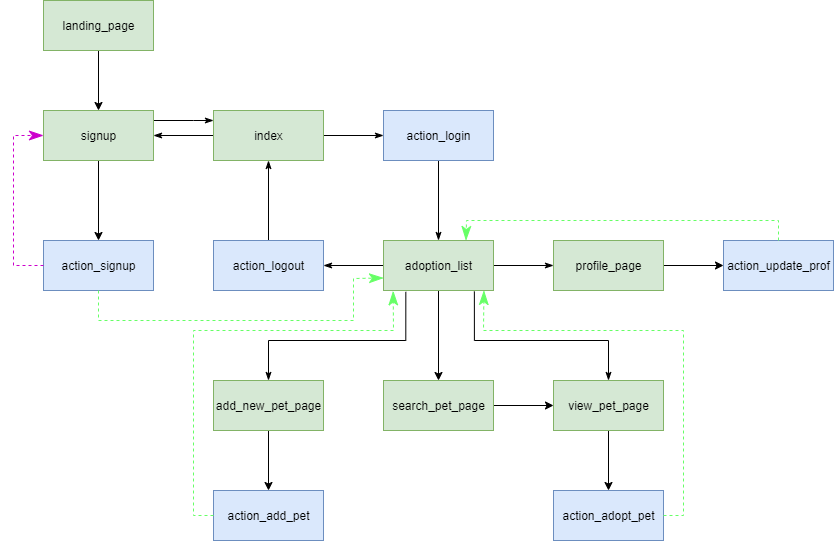
Earlier version of the draw.io export docs/navigation.png (edurbrito/php-life-buddies). Source tidied: cells renumbered, new cells last; positions are measured from the earlier drawing's top-left corner, leaving out a move shared by most shapes.
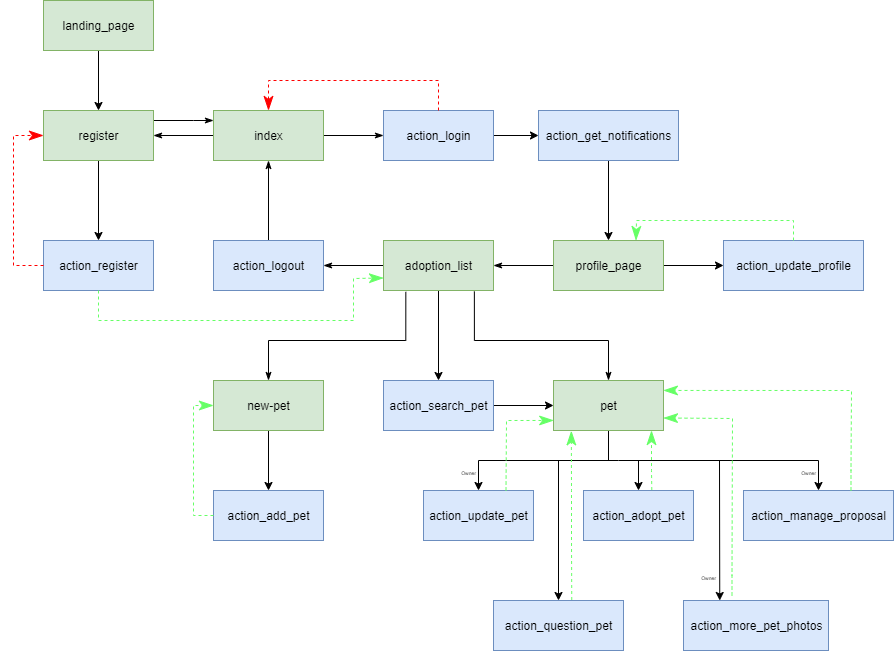
Above is the later version.

Commit message:
Start Contact Us page and add navigation diagram png

Diff of the diagram source:
```diff
@@ -13,13 +13,13 @@
         </Array>
       </mxGeometry>
     </mxCell>
-    <mxCell id="4" value="signup" style="html=1;fillColor=#d5e8d4;strokeColor=#82b366;" parent="1" vertex="1">
+    <mxCell id="4" value="register" style="html=1;fillColor=#d5e8d4;strokeColor=#82b366;" parent="1" vertex="1">
       <mxGeometry x="30" y="110" width="110" height="50" as="geometry" />
     </mxCell>
-    <mxCell id="5" value="action_signup" style="html=1;fillColor=#dae8fc;strokeColor=#6c8ebf;" parent="1" vertex="1">
+    <mxCell id="5" value="action_register" style="html=1;fillColor=#dae8fc;strokeColor=#6c8ebf;" parent="1" vertex="1">
       <mxGeometry x="30" y="240" width="110" height="50" as="geometry" />
     </mxCell>
-    <mxCell id="6" style="endArrow=classicThin;dashed=1;endFill=1;endSize=12;html=1;exitX=0;exitY=0.5;exitDx=0;exitDy=0;rounded=0;entryX=0;entryY=0.5;entryDx=0;entryDy=0;fillColor=none;strokeColor=#CC00CC;" parent="1" edge="1" source="5" target="4">
+    <mxCell id="6" style="endArrow=classicThin;dashed=1;endFill=1;endSize=12;html=1;exitX=0;exitY=0.5;exitDx=0;exitDy=0;rounded=0;entryX=0;entryY=0.5;entryDx=0;entryDy=0;fillColor=none;strokeColor=#FF0000;" parent="1" edge="1" source="5" target="4">
       <mxGeometry relative="1" as="geometry">
         <Array as="points">
           <mxPoint y="265" />
@@ -48,9 +48,9 @@
     <mxCell id="11" value="action_logout" style="html=1;fillColor=#dae8fc;strokeColor=#6c8ebf;" parent="1" vertex="1">
       <mxGeometry x="200" y="240" width="110" height="50" as="geometry" />
     </mxCell>
-    <mxCell id="12" style="edgeStyle=orthogonalEdgeStyle;rounded=0;jettySize=auto;html=1;endArrow=classicThin;endFill=1;strokeColor=#000000;" parent="1" edge="1" source="13" target="19">
-      <mxGeometry relative="1" as="geometry" />
-    </mxCell>
+    <mxCell id="37" style="edgeStyle=orthogonalEdgeStyle;rounded=0;jettySize=auto;html=1;" parent="1" edge="1" source="13" target="49">
+      <mxGeometry relative="1" as="geometry" />
+    </mxCell>
     <mxCell id="13" value="action_login" style="html=1;fillColor=#dae8fc;strokeColor=#6c8ebf;" parent="1" vertex="1">
       <mxGeometry x="370" y="110" width="110" height="50" as="geometry" />
     </mxCell>
@@ -73,13 +73,15 @@
         </Array>
       </mxGeometry>
     </mxCell>
-    <mxCell id="17" style="edgeStyle=orthogonalEdgeStyle;rounded=0;jettySize=auto;html=1;endArrow=classicThin;endFill=1;" parent="1" edge="1" source="19">
+    <mxCell id="17" style="edgeStyle=orthogonalEdgeStyle;rounded=0;jettySize=auto;html=1;endArrow=classicThin;endFill=1;" parent="1" edge="1" target="19">
       <mxGeometry relative="1" as="geometry">
-        <mxPoint x="540" y="265" as="targetPoint" />
+        <mxPoint x="540" y="265" as="sourcePoint" />
       </mxGeometry>
     </mxCell>
-    <mxCell id="18" style="edgeStyle=orthogonalEdgeStyle;rounded=0;jettySize=auto;html=1;" parent="1" edge="1" source="19" target="32">
-      <mxGeometry relative="1" as="geometry" />
+    <mxCell id="18" style="edgeStyle=orthogonalEdgeStyle;rounded=0;jettySize=auto;html=1;" parent="1" edge="1" source="19">
+      <mxGeometry relative="1" as="geometry">
+        <mxPoint x="425" y="380" as="targetPoint" />
+      </mxGeometry>
     </mxCell>
     <mxCell id="19" value="adoption_list" style="html=1;fillColor=#d5e8d4;strokeColor=#82b366;" parent="1" vertex="1">
       <mxGeometry x="370" y="240" width="110" height="50" as="geometry" />
@@ -87,13 +89,18 @@
     <mxCell id="20" style="edgeStyle=orthogonalEdgeStyle;rounded=0;jettySize=auto;html=1;" parent="1" edge="1" source="21" target="27">
       <mxGeometry relative="1" as="geometry" />
     </mxCell>
-    <mxCell id="21" value="add_new_pet_page" style="html=1;fillColor=#d5e8d4;strokeColor=#82b366;" parent="1" vertex="1">
+    <mxCell id="21" value="new-pet" style="html=1;fillColor=#d5e8d4;strokeColor=#82b366;" parent="1" vertex="1">
       <mxGeometry x="200" y="380" width="110" height="50" as="geometry" />
     </mxCell>
-    <mxCell id="22" style="edgeStyle=orthogonalEdgeStyle;rounded=0;jettySize=auto;html=1;" parent="1" edge="1" source="23" target="28">
-      <mxGeometry relative="1" as="geometry" />
+    <mxCell id="22" style="edgeStyle=orthogonalEdgeStyle;rounded=0;jettySize=auto;html=1;entryX=0.5;entryY=0;entryDx=0;entryDy=0;" parent="1" edge="1" source="23" target="28">
+      <mxGeometry relative="1" as="geometry">
+        <Array as="points">
+          <mxPoint x="595" y="460" />
+          <mxPoint x="465" y="460" />
+        </Array>
+      </mxGeometry>
     </mxCell>
-    <mxCell id="23" value="view_pet_page" style="html=1;fillColor=#d5e8d4;strokeColor=#82b366;" parent="1" vertex="1">
+    <mxCell id="23" value="pet" style="html=1;fillColor=#d5e8d4;strokeColor=#82b366;" parent="1" vertex="1">
       <mxGeometry x="540" y="380" width="110" height="50" as="geometry" />
     </mxCell>
     <mxCell id="24" style="endArrow=classicThin;dashed=1;endFill=1;endSize=12;html=1;exitX=0.5;exitY=1;exitDx=0;exitDy=0;rounded=0;entryX=0;entryY=0.75;entryDx=0;entryDy=0;fillColor=none;strokeColor=#66FF66;" parent="1" edge="1" source="5" target="19">
@@ -115,54 +122,144 @@
     <mxCell id="27" value="action_add_pet" style="html=1;fillColor=#dae8fc;strokeColor=#6c8ebf;" parent="1" vertex="1">
       <mxGeometry x="200" y="490" width="110" height="50" as="geometry" />
     </mxCell>
-    <mxCell id="28" value="action_adopt_pet" style="html=1;fillColor=#dae8fc;strokeColor=#6c8ebf;" parent="1" vertex="1">
-      <mxGeometry x="540" y="490" width="110" height="50" as="geometry" />
+    <mxCell id="28" value="action_update_pet" style="html=1;fillColor=#dae8fc;strokeColor=#6c8ebf;" parent="1" vertex="1">
+      <mxGeometry x="410" y="490" width="110" height="50" as="geometry" />
     </mxCell>
-    <mxCell id="29" style="endArrow=classicThin;dashed=1;endFill=1;endSize=12;html=1;exitX=0;exitY=0.5;exitDx=0;exitDy=0;rounded=0;fillColor=none;strokeColor=#66FF66;entryX=0.088;entryY=1.008;entryDx=0;entryDy=0;entryPerimeter=0;" parent="1" edge="1" source="27" target="19">
+    <mxCell id="29" style="endArrow=classicThin;dashed=1;endFill=1;endSize=12;html=1;exitX=0;exitY=0.5;exitDx=0;exitDy=0;rounded=0;fillColor=none;strokeColor=#66FF66;entryX=0;entryY=0.5;entryDx=0;entryDy=0;" parent="1" edge="1" source="27" target="21">
       <mxGeometry relative="1" as="geometry">
         <Array as="points">
           <mxPoint x="180" y="515" />
-          <mxPoint x="180" y="330" />
-          <mxPoint x="350" y="330" />
-          <mxPoint x="380" y="330" />
+          <mxPoint x="180" y="470" />
+          <mxPoint x="180" y="440" />
+          <mxPoint x="180" y="405" />
         </Array>
       </mxGeometry>
     </mxCell>
-    <mxCell id="30" style="endArrow=classicThin;dashed=1;endFill=1;endSize=12;html=1;exitX=1;exitY=0.5;exitDx=0;exitDy=0;rounded=0;fillColor=none;strokeColor=#66FF66;entryX=0.913;entryY=1;entryDx=0;entryDy=0;entryPerimeter=0;" parent="1" edge="1" source="28" target="19">
-      <mxGeometry relative="1" as="geometry">
-        <Array as="points">
-          <mxPoint x="670" y="515" />
-          <mxPoint x="670" y="400" />
-          <mxPoint x="670" y="330" />
-          <mxPoint x="600" y="330" />
-          <mxPoint x="470" y="330" />
-        </Array>
-      </mxGeometry>
-    </mxCell>
-    <mxCell id="31" style="edgeStyle=orthogonalEdgeStyle;rounded=0;jettySize=auto;html=1;" parent="1" edge="1" source="32" target="23">
-      <mxGeometry relative="1" as="geometry" />
+    <mxCell id="31" style="edgeStyle=orthogonalEdgeStyle;rounded=0;jettySize=auto;html=1;" parent="1" edge="1" target="23">
+      <mxGeometry relative="1" as="geometry">
+        <mxPoint x="480" y="405" as="sourcePoint" />
+      </mxGeometry>
     </mxCell>
-    <mxCell id="32" value="search_pet_page" style="html=1;fillColor=#d5e8d4;strokeColor=#82b366;" parent="1" vertex="1">
-      <mxGeometry x="370" y="380" width="110" height="50" as="geometry" />
-    </mxCell>
     <mxCell id="33" style="edgeStyle=orthogonalEdgeStyle;rounded=0;jettySize=auto;html=1;" parent="1" edge="1" source="34" target="4">
       <mxGeometry relative="1" as="geometry" />
     </mxCell>
     <mxCell id="34" value="landing_page" style="html=1;fillColor=#d5e8d4;strokeColor=#82b366;" parent="1" vertex="1">
       <mxGeometry x="30" width="110" height="50" as="geometry" />
     </mxCell>
-    <mxCell id="35" value="action_update_prof" style="html=1;fillColor=#dae8fc;strokeColor=#6c8ebf;" parent="1" vertex="1">
-      <mxGeometry x="710" y="240" width="110" height="50" as="geometry" />
+    <mxCell id="35" value="action_update_profile" style="html=1;fillColor=#dae8fc;strokeColor=#6c8ebf;" parent="1" vertex="1">
+      <mxGeometry x="710" y="240" width="140" height="50" as="geometry" />
     </mxCell>
-    <mxCell id="36" style="endArrow=classicThin;dashed=1;endFill=1;endSize=12;html=1;exitX=0.5;exitY=0;exitDx=0;exitDy=0;rounded=0;entryX=0.75;entryY=0;entryDx=0;entryDy=0;fillColor=none;strokeColor=#66FF66;" parent="1" edge="1" source="35" target="19">
+    <mxCell id="36" style="endArrow=classicThin;dashed=1;endFill=1;endSize=12;html=1;exitX=0.5;exitY=0;exitDx=0;exitDy=0;rounded=0;entryX=0.75;entryY=0;entryDx=0;entryDy=0;fillColor=none;strokeColor=#66FF66;" parent="1" edge="1" source="35" target="26">
       <mxGeometry relative="1" as="geometry">
         <Array as="points">
-          <mxPoint x="765" y="220" />
-          <mxPoint x="560" y="220" />
-          <mxPoint x="500" y="220" />
-          <mxPoint x="453" y="220" />
+          <mxPoint x="780" y="220" />
+          <mxPoint x="623" y="220" />
         </Array>
       </mxGeometry>
     </mxCell>
+    <mxCell id="38" style="endArrow=classicThin;dashed=1;endFill=1;endSize=12;html=1;exitX=0.5;exitY=0;exitDx=0;exitDy=0;rounded=0;entryX=0.5;entryY=0;entryDx=0;entryDy=0;fillColor=none;strokeColor=#FF0000;" parent="1" edge="1" source="13" target="9">
+      <mxGeometry relative="1" as="geometry">
+        <Array as="points">
+          <mxPoint x="425" y="80" />
+          <mxPoint x="255" y="80" />
+        </Array>
+      </mxGeometry>
+    </mxCell>
+    <mxCell id="39" value="action_search_pet" style="html=1;fillColor=#dae8fc;strokeColor=#6c8ebf;" parent="1" vertex="1">
+      <mxGeometry x="370" y="380" width="110" height="50" as="geometry" />
+    </mxCell>
+    <mxCell id="40" value="action_adopt_pet" style="html=1;fillColor=#dae8fc;strokeColor=#6c8ebf;" parent="1" vertex="1">
+      <mxGeometry x="570" y="490" width="110" height="50" as="geometry" />
+    </mxCell>
+    <mxCell id="41" value="action_manage_proposal" style="html=1;fillColor=#dae8fc;strokeColor=#6c8ebf;" parent="1" vertex="1">
+      <mxGeometry x="730" y="490" width="150" height="50" as="geometry" />
+    </mxCell>
+    <mxCell id="42" value="action_more_pet_photos" style="html=1;fillColor=#dae8fc;strokeColor=#6c8ebf;" parent="1" vertex="1">
+      <mxGeometry x="670" y="600" width="145" height="50" as="geometry" />
+    </mxCell>
+    <mxCell id="43" value="action_question_pet" style="html=1;fillColor=#dae8fc;strokeColor=#6c8ebf;" parent="1" vertex="1">
+      <mxGeometry x="480" y="600" width="130" height="50" as="geometry" />
+    </mxCell>
+    <mxCell id="44" style="edgeStyle=orthogonalEdgeStyle;rounded=0;jettySize=auto;html=1;entryX=0.5;entryY=0;entryDx=0;entryDy=0;" parent="1" edge="1" target="41">
+      <mxGeometry relative="1" as="geometry">
+        <mxPoint x="590" y="460" as="sourcePoint" />
+        <Array as="points">
+          <mxPoint x="605" y="460" />
+          <mxPoint x="805" y="460" />
+        </Array>
+      </mxGeometry>
+    </mxCell>
+    <mxCell id="45" style="endArrow=classic;html=1;entryX=0.5;entryY=0;entryDx=0;entryDy=0;" parent="1" edge="1" target="40">
+      <mxGeometry relative="1" as="geometry">
+        <mxPoint x="625" y="460" as="sourcePoint" />
+      </mxGeometry>
+    </mxCell>
+    <mxCell id="46" style="endArrow=classic;html=1;entryX=0.5;entryY=0;entryDx=0;entryDy=0;" parent="1" edge="1" target="43">
+      <mxGeometry relative="1" as="geometry">
+        <mxPoint x="545" y="460" as="sourcePoint" />
+      </mxGeometry>
+    </mxCell>
+    <mxCell id="47" style="endArrow=classic;html=1;entryX=0.25;entryY=0;entryDx=0;entryDy=0;" parent="1" edge="1" target="42">
+      <mxGeometry relative="1" as="geometry">
+        <mxPoint x="706" y="460" as="sourcePoint" />
+      </mxGeometry>
+    </mxCell>
+    <mxCell id="48" style="edgeStyle=orthogonalEdgeStyle;rounded=0;jettySize=auto;html=1;" parent="1" edge="1" source="49" target="26">
+      <mxGeometry relative="1" as="geometry" />
+    </mxCell>
+    <mxCell id="49" value="action_get_notifications" style="html=1;fillColor=#dae8fc;strokeColor=#6c8ebf;" parent="1" vertex="1">
+      <mxGeometry x="525" y="110" width="140" height="50" as="geometry" />
+    </mxCell>
+    <mxCell id="50" style="endArrow=classicThin;dashed=1;endFill=1;endSize=12;html=1;exitX=0.5;exitY=0;exitDx=0;exitDy=0;rounded=0;entryX=0.999;entryY=0.199;entryDx=0;entryDy=0;fillColor=none;strokeColor=#66FF66;entryPerimeter=0;" parent="1" edge="1" target="23">
+      <mxGeometry relative="1" as="geometry">
+        <mxPoint x="837.5" y="490" as="sourcePoint" />
+        <Array as="points">
+          <mxPoint x="837.5" y="470" />
+          <mxPoint x="838" y="390" />
+        </Array>
+      </mxGeometry>
+    </mxCell>
+    <mxCell id="51" style="endArrow=classicThin;dashed=1;endFill=1;endSize=12;html=1;exitX=0.5;exitY=0;exitDx=0;exitDy=0;rounded=0;fillColor=none;strokeColor=#66FF66;entryX=1;entryY=0.75;entryDx=0;entryDy=0;" parent="1" edge="1" target="23">
+      <mxGeometry relative="1" as="geometry">
+        <mxPoint x="718.5" y="595" as="sourcePoint" />
+        <Array as="points">
+          <mxPoint x="718.5" y="575" />
+          <mxPoint x="719" y="418" />
+        </Array>
+      </mxGeometry>
+    </mxCell>
+    <mxCell id="52" style="endArrow=classicThin;dashed=1;endFill=1;endSize=12;html=1;exitX=0.621;exitY=-0.009;exitDx=0;exitDy=0;rounded=0;fillColor=none;strokeColor=#66FF66;exitPerimeter=0;" parent="1" edge="1" source="40">
+      <mxGeometry relative="1" as="geometry">
+        <mxPoint x="638" y="430" as="targetPoint" />
+        <Array as="points">
+          <mxPoint x="638" y="470" />
+          <mxPoint x="638" y="450" />
+        </Array>
+      </mxGeometry>
+    </mxCell>
+    <mxCell id="53" style="endArrow=classicThin;dashed=1;endFill=1;endSize=12;html=1;exitX=0.602;exitY=-0.01;exitDx=0;exitDy=0;rounded=0;fillColor=none;strokeColor=#66FF66;exitPerimeter=0;entryX=0.162;entryY=1.007;entryDx=0;entryDy=0;entryPerimeter=0;" parent="1" edge="1" source="43" target="23">
+      <mxGeometry relative="1" as="geometry">
+        <Array as="points">
+          <mxPoint x="558" y="540" />
+          <mxPoint x="558" y="490" />
+        </Array>
+      </mxGeometry>
+    </mxCell>
+    <mxCell id="54" style="endArrow=classicThin;dashed=1;endFill=1;endSize=12;html=1;exitX=0.75;exitY=0;exitDx=0;exitDy=0;rounded=0;entryX=0.002;entryY=0.799;entryDx=0;entryDy=0;fillColor=none;strokeColor=#66FF66;entryPerimeter=0;" parent="1" edge="1" source="28" target="23">
+      <mxGeometry relative="1" as="geometry">
+        <Array as="points">
+          <mxPoint x="493" y="420" />
+        </Array>
+      </mxGeometry>
+    </mxCell>
+    <mxCell id="55" value="&lt;font style=&quot;font-size: 5px&quot;&gt;Owner&lt;/font&gt;" style="text;html=1;align=center;verticalAlign=middle;" parent="1" vertex="1">
+      <mxGeometry x="440" y="460" width="30" height="20" as="geometry" />
+    </mxCell>
+    <mxCell id="56" value="&lt;font style=&quot;font-size: 5px&quot;&gt;Owner&lt;/font&gt;" style="text;html=1;align=center;verticalAlign=middle;" parent="1" vertex="1">
+      <mxGeometry x="680" y="565" width="30" height="20" as="geometry" />
+    </mxCell>
+    <mxCell id="57" value="&lt;font style=&quot;font-size: 5px&quot;&gt;Owner&lt;/font&gt;" style="text;html=1;align=center;verticalAlign=middle;" parent="1" vertex="1">
+      <mxGeometry x="780" y="460" width="30" height="20" as="geometry" />
+    </mxCell>
   </root>
 </mxGraphModel>
```
